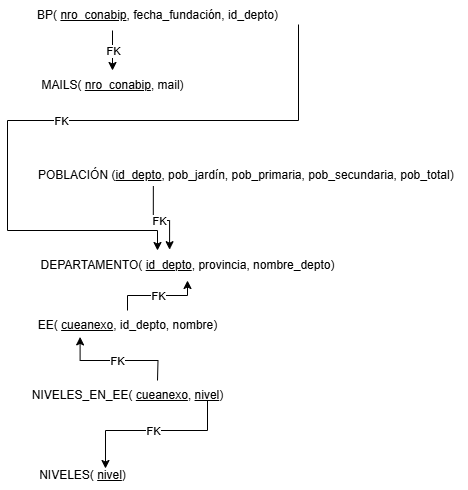
Earlier version of the draw.io export MODELO_REL_FINAL.png (alessialima/TP-LABO-DE-DATOS-). Source tidied: cells renumbered, new cells last; positions are measured from the earlier drawing's top-left corner, leaving out a move shared by most shapes.
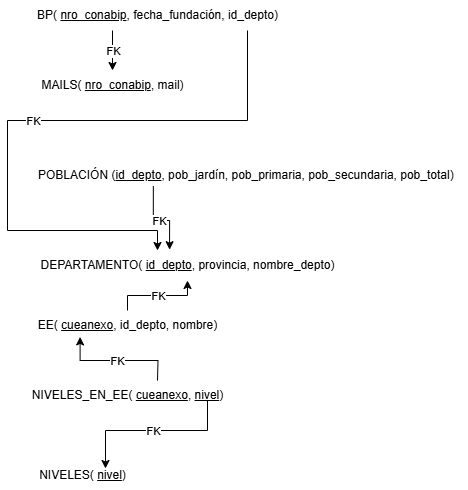
The same file after the commit.

Commit message:
me voy a m enfrente de mateo

The edit, as a diff of the source:
```diff
@@ -17,11 +17,10 @@
     <mxCell id="6" value="NIVELES(&amp;nbsp;&lt;u&gt;nivel&lt;/u&gt;)" style="text;html=1;align=center;verticalAlign=middle;points=[];strokeColor=none;fillColor=none;labelBackgroundColor=default;" parent="1" vertex="1">
       <mxGeometry x="20" y="460" width="110" height="30" as="geometry" />
     </mxCell>
-    <mxCell id="7" style="endArrow=classic;html=1;rounded=0;edgeStyle=orthogonalEdgeStyle;" parent="1" edge="1" target="2">
+    <mxCell id="7" style="endArrow=classic;html=1;rounded=0;edgeStyle=orthogonalEdgeStyle;" parent="1" edge="1" source="4" target="2">
       <mxGeometry relative="1" as="geometry">
-        <mxPoint x="291" y="24" as="sourcePoint" />
         <Array as="points">
-          <mxPoint x="291" y="120" />
+          <mxPoint x="240" y="120" />
           <mxPoint y="120" />
           <mxPoint y="230" />
           <mxPoint x="150" y="230" />
```
